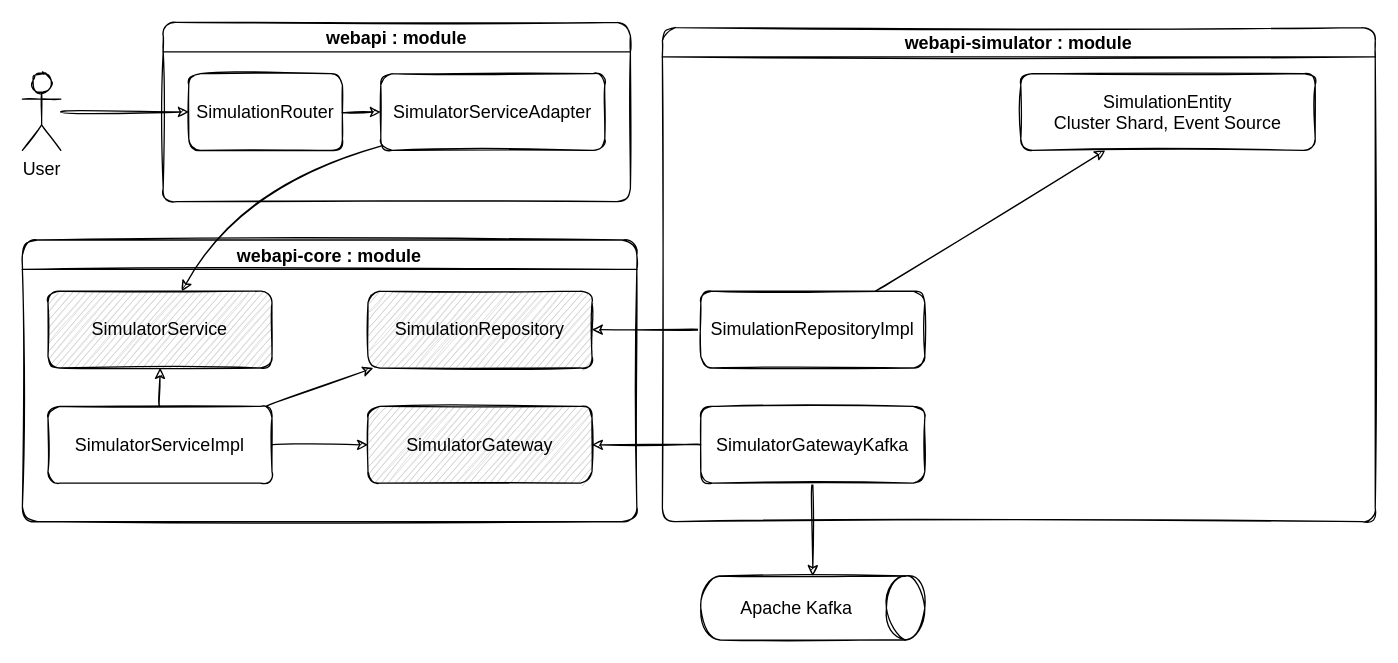
estrondo/diagrams.net keeps this draw.io diagram as page "webapi" (6 of 6) of stars-simulator.drawio. Above is the earlier version. Source tidied: cells renumbered, new cells numbered last; positions are measured from the earlier drawing's top-left corner, leaving out a move shared by most shapes. Both pictures are drawn from the tidied source at 128%, with x=0, y=0 at pixel (22, 22).
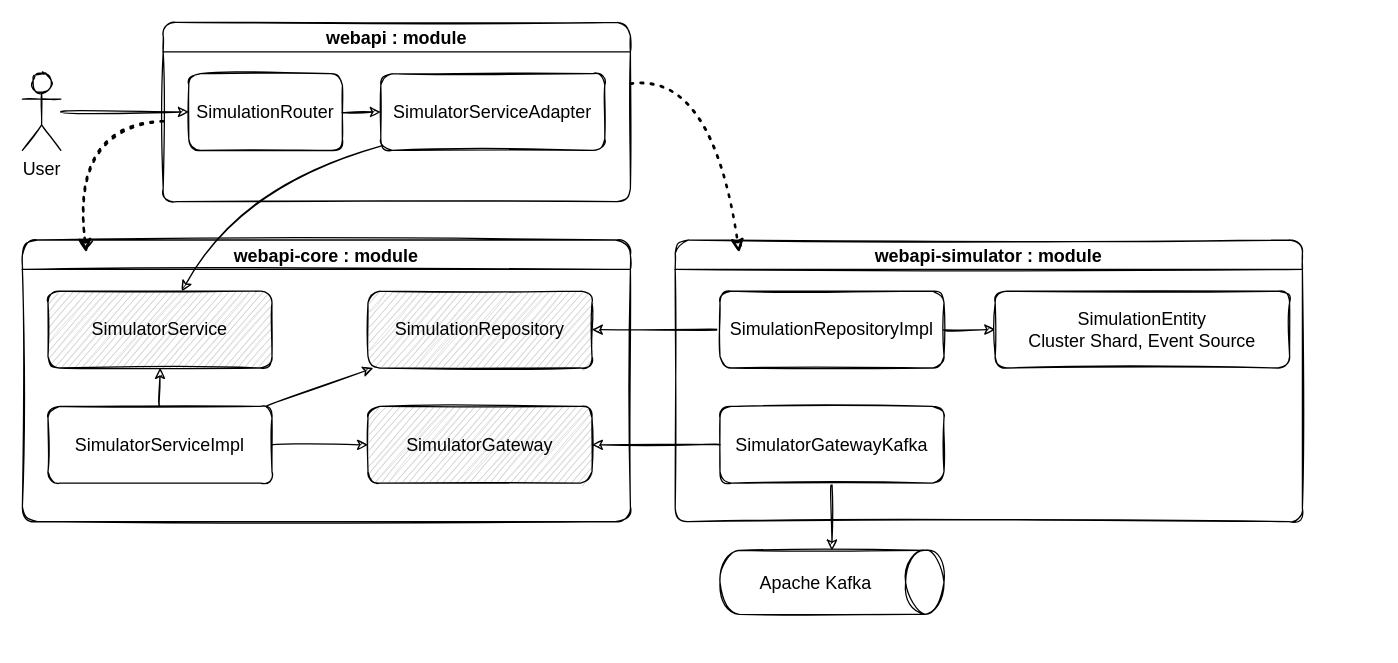
After the change.

Unchanged cells that the change refers to:
```xml
<mxCell id="17" value="webapi : module" style="swimlane;rounded=1;shadow=0;glass=0;sketch=1;fillStyle=auto;fontSize=14;fillColor=none;startSize=23;" parent="1" vertex="1">
  <mxGeometry x="110" width="365" height="140" as="geometry" />
</mxCell>
```

Diff of the diagram source:
```diff
@@
     <mxCell id="2" value="Apache Kafka" style="shape=cylinder3;whiteSpace=wrap;html=1;boundedLbl=1;backgroundOutline=1;size=15;rotation=90;horizontal=0;rounded=1;sketch=1;fontSize=14;" parent="1" vertex="1">
-      <mxGeometry x="592.5" y="370" width="50" height="175" as="geometry" />
+      <mxGeometry x="607.5" y="350" width="50" height="175" as="geometry" />
     </mxCell>
@@
     <mxCell id="9" value="webapi-core : module" style="swimlane;rounded=1;shadow=0;glass=0;sketch=1;fillStyle=auto;fontSize=14;fillColor=none;arcSize=17;" parent="1" vertex="1">
-      <mxGeometry y="170" width="480" height="220" as="geometry" />
+      <mxGeometry y="170" width="475" height="220" as="geometry" />
     </mxCell>
@@
     <mxCell id="21" value="webapi-simulator : module" style="swimlane;rounded=1;shadow=0;glass=0;sketch=1;fillStyle=auto;fontSize=14;fillColor=none;" parent="1" vertex="1">
-      <mxGeometry x="500" y="4" width="556.9" height="386" as="geometry" />
+      <mxGeometry x="510" y="170" width="490" height="220" as="geometry" />
     </mxCell>
     <mxCell id="22" value="&lt;div style=&quot;font-size: 14px;&quot;&gt;SimulationRepositoryImpl&lt;/div&gt;" style="rounded=1;whiteSpace=wrap;html=1;sketch=1;fontSize=14;" parent="21" vertex="1">
-      <mxGeometry x="30" y="206" width="175" height="60" as="geometry" />
+      <mxGeometry x="35" y="40" width="175" height="60" as="geometry" />
     </mxCell>
     <mxCell id="23" value="SimulatorGatewayKafka" style="rounded=1;whiteSpace=wrap;html=1;sketch=1;fontSize=14;" parent="21" vertex="1">
-      <mxGeometry x="30" y="296" width="175" height="60" as="geometry" />
+      <mxGeometry x="35" y="130" width="175" height="60" as="geometry" />
     </mxCell>
@@
     <mxCell id="25" value="SimulationEntity&lt;br&gt;Cluster Shard, Event Source&lt;br&gt; " style="rounded=1;whiteSpace=wrap;html=1;sketch=1;fontSize=14;" parent="21" vertex="1">
-      <mxGeometry x="280" y="36" width="230" height="60" as="geometry" />
+      <mxGeometry x="250" y="40" width="230" height="60" as="geometry" />
     </mxCell>
+    <mxCell id="26" style="endArrow=classic;dashed=1;html=1;dashPattern=1 3;strokeWidth=2;rounded=1;shadow=0;sketch=1;fontSize=14;curved=1;endFill=1;entryX=0.102;entryY=0.045;entryDx=0;entryDy=0;entryPerimeter=0;" parent="1" edge="1" source="17" target="21">
+      <mxGeometry relative="1" as="geometry">
+        <Array as="points">
+          <mxPoint x="540" y="40" />
+        </Array>
+      </mxGeometry>
+    </mxCell>
+    <mxCell id="27" style="endArrow=classic;dashed=1;html=1;dashPattern=1 3;strokeWidth=2;rounded=1;shadow=0;sketch=1;fontSize=14;curved=1;endFill=1;entryX=0.105;entryY=0.045;entryDx=0;entryDy=0;entryPerimeter=0;" parent="1" edge="1" source="17" target="9">
+      <mxGeometry relative="1" as="geometry">
+        <Array as="points">
+          <mxPoint x="40" y="80" />
+        </Array>
+      </mxGeometry>
+    </mxCell>
```
